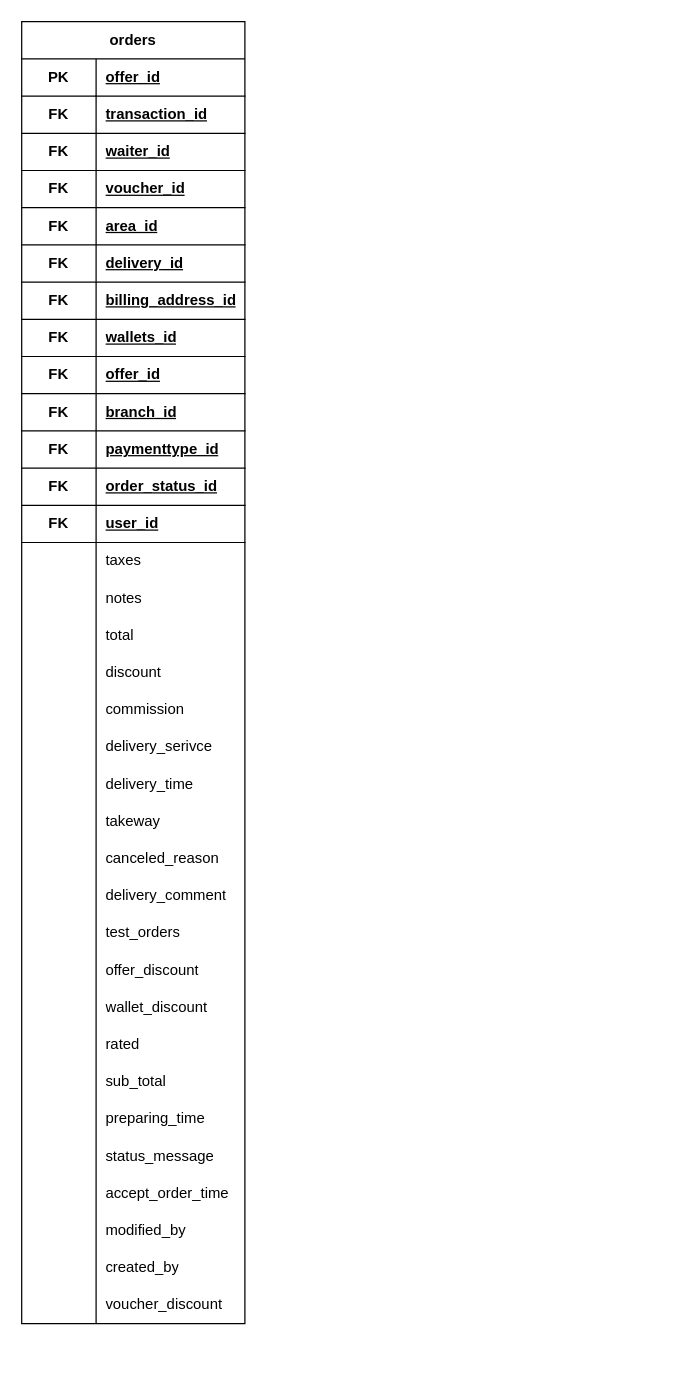
The draw.io diagram ERD.drawio in Ahmed-Shawareb-Full-Stack/printf, before the edit. Source tidied: cells renumbered, new cells numbered last; positions are measured from the earlier drawing's top-left corner, leaving out a move shared by most shapes. Both pictures are drawn from the tidied source at 124%, with x=0, y=0 at pixel (21, 21).
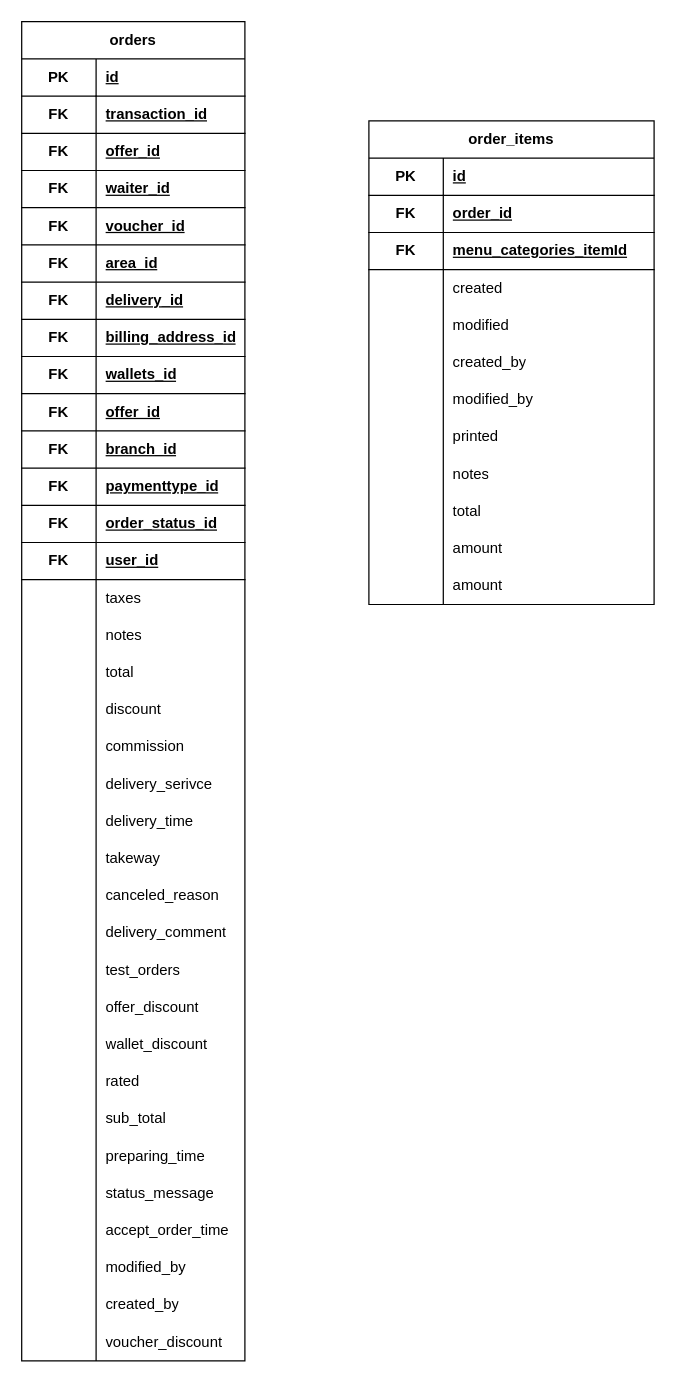
The same diagram, later.

The change refers to these unchanged cells:
```xml
<mxCell id="3" style="shape=tableRow;horizontal=0;startSize=0;swimlaneHead=0;swimlaneBody=0;fillColor=none;top=0;left=0;right=0;bottom=0;html=1;" parent="2" vertex="1">
  <mxGeometry y="30" width="180" height="30" as="geometry" />
</mxCell>
```

The edit, as a diff of the source:
```diff
@@
     <mxCell id="2" value="orders" style="shape=table;startSize=30;childLayout=tableLayout;rowLines=0;fontStyle=1;align=center;html=1;whiteSpace=wrap;" parent="1" vertex="1">
-      <mxGeometry width="180" height="1050" as="geometry" />
+      <mxGeometry width="180" height="1080" as="geometry" />
     </mxCell>
@@
-    <mxCell id="5" value="offer_id" style="shape=partialRectangle;fillColor=none;top=0;left=0;bottom=1;right=0;align=left;spacingLeft=6;fontStyle=5;overflow=hidden;html=1;whiteSpace=wrap;" parent="3" vertex="1">
+    <mxCell id="5" value="id" style="shape=partialRectangle;fillColor=none;top=0;left=0;bottom=1;right=0;align=left;spacingLeft=6;fontStyle=5;overflow=hidden;html=1;whiteSpace=wrap;" parent="3" vertex="1">
       <mxGeometry x="60" width="120" height="30" as="geometry" />
     </mxCell>
@@
+    <mxCell id="105" style="shape=tableRow;horizontal=0;startSize=0;swimlaneHead=0;swimlaneBody=0;fillColor=none;top=0;left=0;right=0;bottom=0;html=1;" parent="2" vertex="1">
+      <mxGeometry y="90" width="180" height="30" as="geometry" />
+    </mxCell>
+    <mxCell id="106" value="FK" style="shape=partialRectangle;fillColor=none;top=0;left=0;bottom=1;right=0;fontStyle=1;overflow=hidden;html=1;whiteSpace=wrap;" parent="105" vertex="1">
+      <mxGeometry width="60" height="30" as="geometry" />
+    </mxCell>
+    <mxCell id="107" value="offer_id" style="shape=partialRectangle;fillColor=none;top=0;left=0;bottom=1;right=0;align=left;spacingLeft=6;fontStyle=5;overflow=hidden;html=1;whiteSpace=wrap;" parent="105" vertex="1">
+      <mxGeometry x="60" width="120" height="30" as="geometry" />
+    </mxCell>
     <mxCell id="9" style="shape=tableRow;horizontal=0;startSize=0;swimlaneHead=0;swimlaneBody=0;fillColor=none;top=0;left=0;right=0;bottom=1;html=1;verticalAlign=top;" parent="2" vertex="1">
-      <mxGeometry y="90" width="180" height="30" as="geometry" />
+      <mxGeometry y="120" width="180" height="30" as="geometry" />
     </mxCell>
@@
     <mxCell id="12" style="shape=tableRow;horizontal=0;startSize=0;swimlaneHead=0;swimlaneBody=0;fillColor=none;top=0;left=0;right=0;bottom=1;html=1;" parent="2" vertex="1">
-      <mxGeometry y="120" width="180" height="30" as="geometry" />
+      <mxGeometry y="150" width="180" height="30" as="geometry" />
     </mxCell>
@@
     <mxCell id="15" style="shape=tableRow;horizontal=0;startSize=0;swimlaneHead=0;swimlaneBody=0;fillColor=none;top=0;left=0;right=0;bottom=1;html=1;" parent="2" vertex="1">
-      <mxGeometry y="150" width="180" height="30" as="geometry" />
+      <mxGeometry y="180" width="180" height="30" as="geometry" />
     </mxCell>
@@
     <mxCell id="18" style="shape=tableRow;horizontal=0;startSize=0;swimlaneHead=0;swimlaneBody=0;fillColor=none;top=0;left=0;right=0;bottom=1;html=1;" parent="2" vertex="1">
-      <mxGeometry y="180" width="180" height="30" as="geometry" />
+      <mxGeometry y="210" width="180" height="30" as="geometry" />
     </mxCell>
@@
     <mxCell id="21" style="shape=tableRow;horizontal=0;startSize=0;swimlaneHead=0;swimlaneBody=0;fillColor=none;top=0;left=0;right=0;bottom=1;html=1;" parent="2" vertex="1">
-      <mxGeometry y="210" width="180" height="30" as="geometry" />
+      <mxGeometry y="240" width="180" height="30" as="geometry" />
     </mxCell>
@@
     <mxCell id="24" style="shape=tableRow;horizontal=0;startSize=0;swimlaneHead=0;swimlaneBody=0;fillColor=none;top=0;left=0;right=0;bottom=1;html=1;" parent="2" vertex="1">
-      <mxGeometry y="240" width="180" height="30" as="geometry" />
+      <mxGeometry y="270" width="180" height="30" as="geometry" />
     </mxCell>
@@
     <mxCell id="27" style="shape=tableRow;horizontal=0;startSize=0;swimlaneHead=0;swimlaneBody=0;fillColor=none;top=0;left=0;right=0;bottom=1;html=1;" parent="2" vertex="1">
-      <mxGeometry y="270" width="180" height="30" as="geometry" />
+      <mxGeometry y="300" width="180" height="30" as="geometry" />
     </mxCell>
@@
     <mxCell id="30" style="shape=tableRow;horizontal=0;startSize=0;swimlaneHead=0;swimlaneBody=0;fillColor=none;top=0;left=0;right=0;bottom=1;html=1;" parent="2" vertex="1">
-      <mxGeometry y="300" width="180" height="30" as="geometry" />
+      <mxGeometry y="330" width="180" height="30" as="geometry" />
     </mxCell>
@@
     <mxCell id="33" style="shape=tableRow;horizontal=0;startSize=0;swimlaneHead=0;swimlaneBody=0;fillColor=none;top=0;left=0;right=0;bottom=1;html=1;" parent="2" vertex="1">
-      <mxGeometry y="330" width="180" height="30" as="geometry" />
+      <mxGeometry y="360" width="180" height="30" as="geometry" />
     </mxCell>
@@
     <mxCell id="36" style="shape=tableRow;horizontal=0;startSize=0;swimlaneHead=0;swimlaneBody=0;fillColor=none;top=0;left=0;right=0;bottom=1;html=1;" parent="2" vertex="1">
-      <mxGeometry y="360" width="180" height="30" as="geometry" />
+      <mxGeometry y="390" width="180" height="30" as="geometry" />
     </mxCell>
@@
     <mxCell id="39" style="shape=tableRow;horizontal=0;startSize=0;swimlaneHead=0;swimlaneBody=0;fillColor=none;top=0;left=0;right=0;bottom=1;html=1;" parent="2" vertex="1">
-      <mxGeometry y="390" width="180" height="30" as="geometry" />
+      <mxGeometry y="420" width="180" height="30" as="geometry" />
     </mxCell>
@@
     <mxCell id="42" style="shape=tableRow;horizontal=0;startSize=0;swimlaneHead=0;swimlaneBody=0;fillColor=none;top=0;left=0;right=0;bottom=0;html=1;" parent="2" vertex="1">
-      <mxGeometry y="420" width="180" height="30" as="geometry" />
+      <mxGeometry y="450" width="180" height="30" as="geometry" />
     </mxCell>
@@
     <mxCell id="45" style="shape=tableRow;horizontal=0;startSize=0;swimlaneHead=0;swimlaneBody=0;fillColor=none;top=0;left=0;right=0;bottom=0;html=1;" parent="2" vertex="1">
-      <mxGeometry y="450" width="180" height="30" as="geometry" />
+      <mxGeometry y="480" width="180" height="30" as="geometry" />
     </mxCell>
@@
     <mxCell id="48" style="shape=tableRow;horizontal=0;startSize=0;swimlaneHead=0;swimlaneBody=0;fillColor=none;top=0;left=0;right=0;bottom=0;html=1;" parent="2" vertex="1">
-      <mxGeometry y="480" width="180" height="30" as="geometry" />
+      <mxGeometry y="510" width="180" height="30" as="geometry" />
     </mxCell>
@@
     <mxCell id="51" style="shape=tableRow;horizontal=0;startSize=0;swimlaneHead=0;swimlaneBody=0;fillColor=none;top=0;left=0;right=0;bottom=0;html=1;" parent="2" vertex="1">
-      <mxGeometry y="510" width="180" height="30" as="geometry" />
+      <mxGeometry y="540" width="180" height="30" as="geometry" />
     </mxCell>
@@
     <mxCell id="54" style="shape=tableRow;horizontal=0;startSize=0;swimlaneHead=0;swimlaneBody=0;fillColor=none;top=0;left=0;right=0;bottom=0;html=1;" parent="2" vertex="1">
-      <mxGeometry y="540" width="180" height="30" as="geometry" />
+      <mxGeometry y="570" width="180" height="30" as="geometry" />
     </mxCell>
@@
     <mxCell id="57" style="shape=tableRow;horizontal=0;startSize=0;swimlaneHead=0;swimlaneBody=0;fillColor=none;top=0;left=0;right=0;bottom=0;html=1;" parent="2" vertex="1">
-      <mxGeometry y="570" width="180" height="30" as="geometry" />
+      <mxGeometry y="600" width="180" height="30" as="geometry" />
     </mxCell>
@@
     <mxCell id="60" style="shape=tableRow;horizontal=0;startSize=0;swimlaneHead=0;swimlaneBody=0;fillColor=none;top=0;left=0;right=0;bottom=0;html=1;" parent="2" vertex="1">
-      <mxGeometry y="600" width="180" height="30" as="geometry" />
+      <mxGeometry y="630" width="180" height="30" as="geometry" />
     </mxCell>
@@
     <mxCell id="63" style="shape=tableRow;horizontal=0;startSize=0;swimlaneHead=0;swimlaneBody=0;fillColor=none;top=0;left=0;right=0;bottom=0;html=1;" parent="2" vertex="1">
-      <mxGeometry y="630" width="180" height="30" as="geometry" />
+      <mxGeometry y="660" width="180" height="30" as="geometry" />
     </mxCell>
@@
     <mxCell id="66" style="shape=tableRow;horizontal=0;startSize=0;swimlaneHead=0;swimlaneBody=0;fillColor=none;top=0;left=0;right=0;bottom=0;html=1;" parent="2" vertex="1">
-      <mxGeometry y="660" width="180" height="30" as="geometry" />
+      <mxGeometry y="690" width="180" height="30" as="geometry" />
     </mxCell>
@@
     <mxCell id="69" style="shape=tableRow;horizontal=0;startSize=0;swimlaneHead=0;swimlaneBody=0;fillColor=none;top=0;left=0;right=0;bottom=0;html=1;" parent="2" vertex="1">
-      <mxGeometry y="690" width="180" height="30" as="geometry" />
+      <mxGeometry y="720" width="180" height="30" as="geometry" />
     </mxCell>
@@
     <mxCell id="72" style="shape=tableRow;horizontal=0;startSize=0;swimlaneHead=0;swimlaneBody=0;fillColor=none;top=0;left=0;right=0;bottom=0;html=1;" parent="2" vertex="1">
-      <mxGeometry y="720" width="180" height="30" as="geometry" />
+      <mxGeometry y="750" width="180" height="30" as="geometry" />
     </mxCell>
@@
     <mxCell id="75" style="shape=tableRow;horizontal=0;startSize=0;swimlaneHead=0;swimlaneBody=0;fillColor=none;top=0;left=0;right=0;bottom=0;html=1;" parent="2" vertex="1">
-      <mxGeometry y="750" width="180" height="30" as="geometry" />
+      <mxGeometry y="780" width="180" height="30" as="geometry" />
     </mxCell>
@@
     <mxCell id="78" style="shape=tableRow;horizontal=0;startSize=0;swimlaneHead=0;swimlaneBody=0;fillColor=none;top=0;left=0;right=0;bottom=0;html=1;" parent="2" vertex="1">
-      <mxGeometry y="780" width="180" height="30" as="geometry" />
+      <mxGeometry y="810" width="180" height="30" as="geometry" />
     </mxCell>
@@
     <mxCell id="81" style="shape=tableRow;horizontal=0;startSize=0;swimlaneHead=0;swimlaneBody=0;fillColor=none;top=0;left=0;right=0;bottom=0;html=1;" parent="2" vertex="1">
-      <mxGeometry y="810" width="180" height="30" as="geometry" />
+      <mxGeometry y="840" width="180" height="30" as="geometry" />
     </mxCell>
@@
     <mxCell id="84" style="shape=tableRow;horizontal=0;startSize=0;swimlaneHead=0;swimlaneBody=0;fillColor=none;top=0;left=0;right=0;bottom=0;html=1;" parent="2" vertex="1">
-      <mxGeometry y="840" width="180" height="30" as="geometry" />
+      <mxGeometry y="870" width="180" height="30" as="geometry" />
     </mxCell>
@@
     <mxCell id="87" style="shape=tableRow;horizontal=0;startSize=0;swimlaneHead=0;swimlaneBody=0;fillColor=none;top=0;left=0;right=0;bottom=0;html=1;" parent="2" vertex="1">
-      <mxGeometry y="870" width="180" height="30" as="geometry" />
+      <mxGeometry y="900" width="180" height="30" as="geometry" />
     </mxCell>
@@
     <mxCell id="90" style="shape=tableRow;horizontal=0;startSize=0;swimlaneHead=0;swimlaneBody=0;fillColor=none;top=0;left=0;right=0;bottom=0;html=1;" parent="2" vertex="1">
-      <mxGeometry y="900" width="180" height="30" as="geometry" />
+      <mxGeometry y="930" width="180" height="30" as="geometry" />
     </mxCell>
@@
     <mxCell id="93" style="shape=tableRow;horizontal=0;startSize=0;swimlaneHead=0;swimlaneBody=0;fillColor=none;top=0;left=0;right=0;bottom=0;html=1;" parent="2" vertex="1">
-      <mxGeometry y="930" width="180" height="30" as="geometry" />
+      <mxGeometry y="960" width="180" height="30" as="geometry" />
     </mxCell>
@@
     <mxCell id="96" style="shape=tableRow;horizontal=0;startSize=0;swimlaneHead=0;swimlaneBody=0;fillColor=none;top=0;left=0;right=0;bottom=0;html=1;" parent="2" vertex="1">
-      <mxGeometry y="960" width="180" height="30" as="geometry" />
+      <mxGeometry y="990" width="180" height="30" as="geometry" />
     </mxCell>
@@
     <mxCell id="99" style="shape=tableRow;horizontal=0;startSize=0;swimlaneHead=0;swimlaneBody=0;fillColor=none;top=0;left=0;right=0;bottom=0;html=1;" parent="2" vertex="1">
-      <mxGeometry y="990" width="180" height="30" as="geometry" />
+      <mxGeometry y="1020" width="180" height="30" as="geometry" />
     </mxCell>
@@
     <mxCell id="102" style="shape=tableRow;horizontal=0;startSize=0;swimlaneHead=0;swimlaneBody=0;fillColor=none;top=0;left=0;right=0;bottom=0;html=1;" parent="2" vertex="1">
-      <mxGeometry y="1020" width="180" height="30" as="geometry" />
+      <mxGeometry y="1050" width="180" height="30" as="geometry" />
     </mxCell>
@@
+    <mxCell id="108" value="order_items" style="shape=table;startSize=30;childLayout=tableLayout;rowLines=0;fontStyle=1;align=center;html=1;whiteSpace=wrap;" parent="1" vertex="1">
+      <mxGeometry x="280" y="80" width="230" height="390" as="geometry" />
+    </mxCell>
+    <mxCell id="109" style="shape=tableRow;horizontal=0;startSize=0;swimlaneHead=0;swimlaneBody=0;fillColor=none;top=0;left=0;right=0;bottom=0;html=1;" parent="108" vertex="1">
+      <mxGeometry y="30" width="230" height="30" as="geometry" />
+    </mxCell>
+    <mxCell id="110" value="PK" style="shape=partialRectangle;fillColor=none;top=0;left=0;bottom=1;right=0;fontStyle=1;overflow=hidden;html=1;whiteSpace=wrap;" parent="109" vertex="1">
+      <mxGeometry width="60" height="30" as="geometry" />
+    </mxCell>
+    <mxCell id="111" value="id" style="shape=partialRectangle;fillColor=none;top=0;left=0;bottom=1;right=0;align=left;spacingLeft=6;fontStyle=5;overflow=hidden;html=1;whiteSpace=wrap;" parent="109" vertex="1">
+      <mxGeometry x="60" width="170" height="30" as="geometry" />
+    </mxCell>
+    <mxCell id="112" style="shape=tableRow;horizontal=0;startSize=0;swimlaneHead=0;swimlaneBody=0;fillColor=none;top=0;left=0;right=0;bottom=1;html=1;" parent="108" vertex="1">
+      <mxGeometry y="60" width="230" height="30" as="geometry" />
+    </mxCell>
+    <mxCell id="113" value="FK" style="shape=partialRectangle;fillColor=none;top=0;left=0;bottom=0;right=0;fontStyle=1;overflow=hidden;html=1;whiteSpace=wrap;" parent="112" vertex="1">
+      <mxGeometry width="60" height="30" as="geometry" />
+    </mxCell>
+    <mxCell id="114" value="order_id" style="shape=partialRectangle;fillColor=none;top=0;left=0;bottom=0;right=0;align=left;spacingLeft=6;fontStyle=5;overflow=hidden;html=1;whiteSpace=wrap;" parent="112" vertex="1">
+      <mxGeometry x="60" width="170" height="30" as="geometry" />
+    </mxCell>
+    <mxCell id="115" style="shape=tableRow;horizontal=0;startSize=0;swimlaneHead=0;swimlaneBody=0;fillColor=none;top=0;left=0;right=0;bottom=1;html=1;" parent="108" vertex="1">
+      <mxGeometry y="90" width="230" height="30" as="geometry" />
+    </mxCell>
+    <mxCell id="116" value="FK" style="shape=partialRectangle;fillColor=none;top=0;left=0;bottom=0;right=0;fontStyle=1;overflow=hidden;html=1;whiteSpace=wrap;" parent="115" vertex="1">
+      <mxGeometry width="60" height="30" as="geometry" />
+    </mxCell>
+    <mxCell id="117" value="menu_categories_itemId" style="shape=partialRectangle;fillColor=none;top=0;left=0;bottom=0;right=0;align=left;spacingLeft=6;fontStyle=5;overflow=hidden;html=1;whiteSpace=wrap;" parent="115" vertex="1">
+      <mxGeometry x="60" width="170" height="30" as="geometry" />
+    </mxCell>
+    <mxCell id="118" style="shape=tableRow;horizontal=0;startSize=0;swimlaneHead=0;swimlaneBody=0;fillColor=none;top=0;left=0;right=0;bottom=0;html=1;" parent="108" vertex="1">
+      <mxGeometry y="120" width="230" height="30" as="geometry" />
+    </mxCell>
+    <mxCell id="119" style="shape=partialRectangle;fillColor=none;top=0;left=0;bottom=0;right=0;overflow=hidden;html=1;whiteSpace=wrap;" parent="118" vertex="1">
+      <mxGeometry width="60" height="30" as="geometry" />
+    </mxCell>
+    <mxCell id="120" value="created" style="shape=partialRectangle;fillColor=none;top=0;left=0;bottom=0;right=0;align=left;spacingLeft=6;overflow=hidden;html=1;whiteSpace=wrap;" parent="118" vertex="1">
+      <mxGeometry x="60" width="170" height="30" as="geometry" />
+    </mxCell>
+    <mxCell id="121" style="shape=tableRow;horizontal=0;startSize=0;swimlaneHead=0;swimlaneBody=0;fillColor=none;top=0;left=0;right=0;bottom=0;html=1;" parent="108" vertex="1">
+      <mxGeometry y="150" width="230" height="30" as="geometry" />
+    </mxCell>
+    <mxCell id="122" style="shape=partialRectangle;fillColor=none;top=0;left=0;bottom=0;right=0;overflow=hidden;html=1;whiteSpace=wrap;" parent="121" vertex="1">
+      <mxGeometry width="60" height="30" as="geometry" />
+    </mxCell>
+    <mxCell id="123" value="modified" style="shape=partialRectangle;fillColor=none;top=0;left=0;bottom=0;right=0;align=left;spacingLeft=6;overflow=hidden;html=1;whiteSpace=wrap;" parent="121" vertex="1">
+      <mxGeometry x="60" width="170" height="30" as="geometry" />
+    </mxCell>
+    <mxCell id="124" style="shape=tableRow;horizontal=0;startSize=0;swimlaneHead=0;swimlaneBody=0;fillColor=none;top=0;left=0;right=0;bottom=0;html=1;" parent="108" vertex="1">
+      <mxGeometry y="180" width="230" height="30" as="geometry" />
+    </mxCell>
+    <mxCell id="125" style="shape=partialRectangle;fillColor=none;top=0;left=0;bottom=0;right=0;overflow=hidden;html=1;whiteSpace=wrap;" parent="124" vertex="1">
+      <mxGeometry width="60" height="30" as="geometry" />
+    </mxCell>
+    <mxCell id="126" value="created_by" style="shape=partialRectangle;fillColor=none;top=0;left=0;bottom=0;right=0;align=left;spacingLeft=6;overflow=hidden;html=1;whiteSpace=wrap;" parent="124" vertex="1">
+      <mxGeometry x="60" width="170" height="30" as="geometry" />
+    </mxCell>
+    <mxCell id="127" style="shape=tableRow;horizontal=0;startSize=0;swimlaneHead=0;swimlaneBody=0;fillColor=none;top=0;left=0;right=0;bottom=0;html=1;" parent="108" vertex="1">
+      <mxGeometry y="210" width="230" height="30" as="geometry" />
+    </mxCell>
+    <mxCell id="128" style="shape=partialRectangle;fillColor=none;top=0;left=0;bottom=0;right=0;overflow=hidden;html=1;whiteSpace=wrap;" parent="127" vertex="1">
+      <mxGeometry width="60" height="30" as="geometry" />
+    </mxCell>
+    <mxCell id="129" value="modified_by" style="shape=partialRectangle;fillColor=none;top=0;left=0;bottom=0;right=0;align=left;spacingLeft=6;overflow=hidden;html=1;whiteSpace=wrap;" parent="127" vertex="1">
+      <mxGeometry x="60" width="170" height="30" as="geometry" />
+    </mxCell>
+    <mxCell id="130" style="shape=tableRow;horizontal=0;startSize=0;swimlaneHead=0;swimlaneBody=0;fillColor=none;top=0;left=0;right=0;bottom=0;html=1;" parent="108" vertex="1">
+      <mxGeometry y="240" width="230" height="30" as="geometry" />
+    </mxCell>
+    <mxCell id="131" style="shape=partialRectangle;fillColor=none;top=0;left=0;bottom=0;right=0;overflow=hidden;html=1;whiteSpace=wrap;" parent="130" vertex="1">
+      <mxGeometry width="60" height="30" as="geometry" />
+    </mxCell>
+    <mxCell id="132" value="printed" style="shape=partialRectangle;fillColor=none;top=0;left=0;bottom=0;right=0;align=left;spacingLeft=6;overflow=hidden;html=1;whiteSpace=wrap;" parent="130" vertex="1">
+      <mxGeometry x="60" width="170" height="30" as="geometry" />
+    </mxCell>
+    <mxCell id="133" style="shape=tableRow;horizontal=0;startSize=0;swimlaneHead=0;swimlaneBody=0;fillColor=none;top=0;left=0;right=0;bottom=0;html=1;" parent="108" vertex="1">
+      <mxGeometry y="270" width="230" height="30" as="geometry" />
+    </mxCell>
+    <mxCell id="134" style="shape=partialRectangle;fillColor=none;top=0;left=0;bottom=0;right=0;overflow=hidden;html=1;whiteSpace=wrap;" parent="133" vertex="1">
+      <mxGeometry width="60" height="30" as="geometry" />
+    </mxCell>
+    <mxCell id="135" value="notes" style="shape=partialRectangle;fillColor=none;top=0;left=0;bottom=0;right=0;align=left;spacingLeft=6;overflow=hidden;html=1;whiteSpace=wrap;" parent="133" vertex="1">
+      <mxGeometry x="60" width="170" height="30" as="geometry" />
+    </mxCell>
+    <mxCell id="136" style="shape=tableRow;horizontal=0;startSize=0;swimlaneHead=0;swimlaneBody=0;fillColor=none;top=0;left=0;right=0;bottom=0;html=1;" parent="108" vertex="1">
+      <mxGeometry y="300" width="230" height="30" as="geometry" />
+    </mxCell>
+    <mxCell id="137" style="shape=partialRectangle;fillColor=none;top=0;left=0;bottom=0;right=0;overflow=hidden;html=1;whiteSpace=wrap;" parent="136" vertex="1">
+      <mxGeometry width="60" height="30" as="geometry" />
+    </mxCell>
+    <mxCell id="138" value="total" style="shape=partialRectangle;fillColor=none;top=0;left=0;bottom=0;right=0;align=left;spacingLeft=6;overflow=hidden;html=1;whiteSpace=wrap;" parent="136" vertex="1">
+      <mxGeometry x="60" width="170" height="30" as="geometry" />
+    </mxCell>
+    <mxCell id="139" style="shape=tableRow;horizontal=0;startSize=0;swimlaneHead=0;swimlaneBody=0;fillColor=none;top=0;left=0;right=0;bottom=0;html=1;" parent="108" vertex="1">
+      <mxGeometry y="330" width="230" height="30" as="geometry" />
+    </mxCell>
+    <mxCell id="140" style="shape=partialRectangle;fillColor=none;top=0;left=0;bottom=0;right=0;overflow=hidden;html=1;whiteSpace=wrap;" parent="139" vertex="1">
+      <mxGeometry width="60" height="30" as="geometry" />
+    </mxCell>
+    <mxCell id="141" value="amount" style="shape=partialRectangle;fillColor=none;top=0;left=0;bottom=0;right=0;align=left;spacingLeft=6;overflow=hidden;html=1;whiteSpace=wrap;" parent="139" vertex="1">
+      <mxGeometry x="60" width="170" height="30" as="geometry" />
+    </mxCell>
+    <mxCell id="142" style="shape=tableRow;horizontal=0;startSize=0;swimlaneHead=0;swimlaneBody=0;fillColor=none;top=0;left=0;right=0;bottom=0;html=1;" parent="108" vertex="1">
+      <mxGeometry y="360" width="230" height="30" as="geometry" />
+    </mxCell>
+    <mxCell id="143" style="shape=partialRectangle;fillColor=none;top=0;left=0;bottom=0;right=0;overflow=hidden;html=1;whiteSpace=wrap;" parent="142" vertex="1">
+      <mxGeometry width="60" height="30" as="geometry" />
+    </mxCell>
+    <mxCell id="144" value="amount" style="shape=partialRectangle;fillColor=none;top=0;left=0;bottom=0;right=0;align=left;spacingLeft=6;overflow=hidden;html=1;whiteSpace=wrap;" parent="142" vertex="1">
+      <mxGeometry x="60" width="170" height="30" as="geometry" />
+    </mxCell>
```
